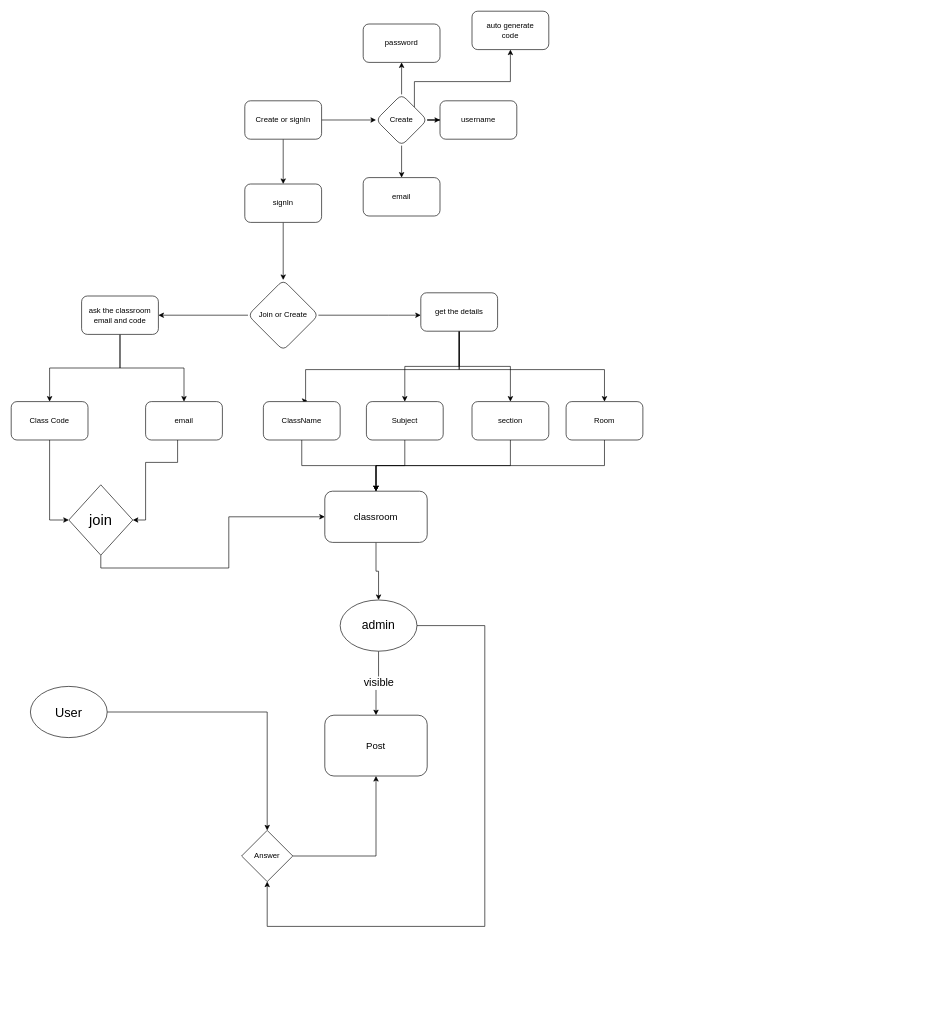
Earlier version of the draw.io diagram Untitled Diagram.drawio (Nazeemkky/story). Source tidied: cells renumbered, new cells numbered last; positions are measured from the earlier drawing's top-left corner, leaving out a move shared by most shapes. Both pictures are drawn from the tidied source at 64%, with x=0, y=0 at pixel (11, 11).
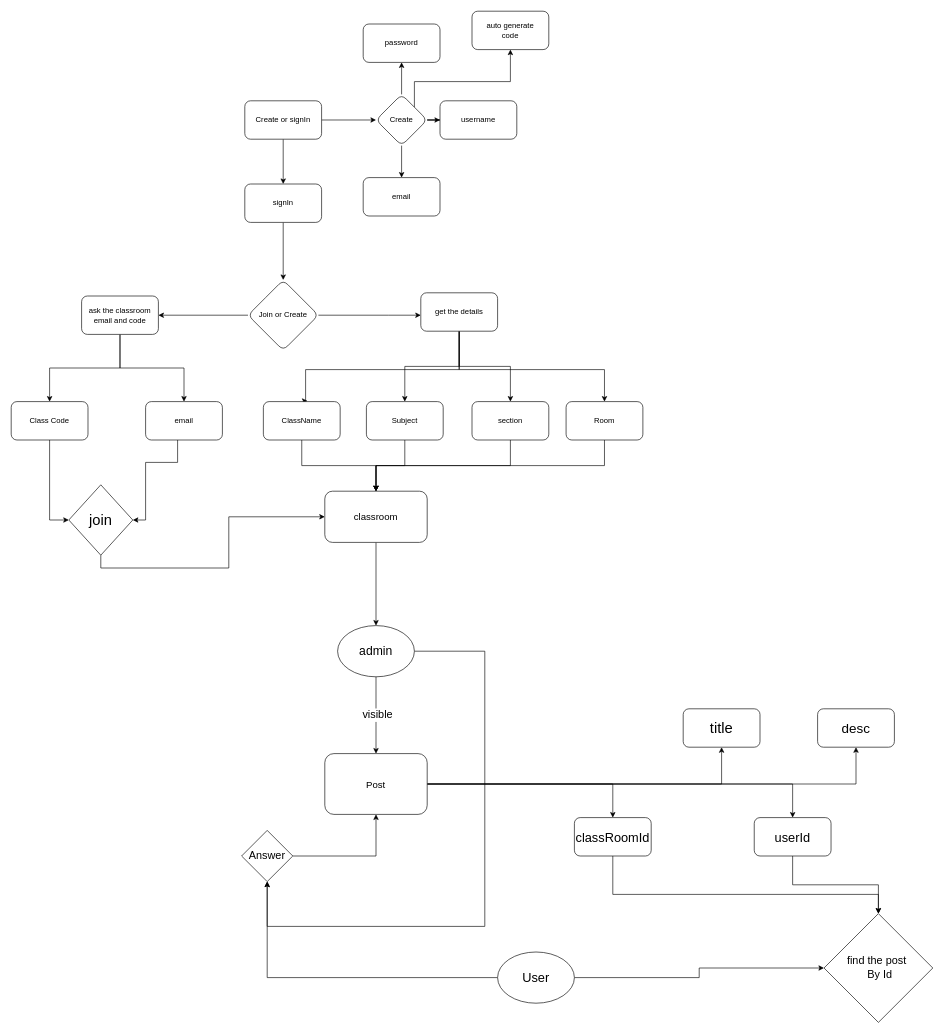
The same page after the edit.

What changed in the source:
```diff
@@
+    <mxCell id="51" style="edgeStyle=orthogonalEdgeStyle;rounded=0;jettySize=auto;html=1;" parent="1" edge="1" source="43" target="57">
+      <mxGeometry relative="1" as="geometry" />
+    </mxCell>
+    <mxCell id="52" style="edgeStyle=orthogonalEdgeStyle;rounded=0;jettySize=auto;html=1;" parent="1" edge="1" source="43" target="58">
+      <mxGeometry relative="1" as="geometry" />
+    </mxCell>
+    <mxCell id="53" style="edgeStyle=orthogonalEdgeStyle;rounded=0;jettySize=auto;html=1;" parent="1" edge="1" source="43" target="59">
+      <mxGeometry relative="1" as="geometry" />
+    </mxCell>
+    <mxCell id="54" style="edgeStyle=orthogonalEdgeStyle;rounded=0;jettySize=auto;html=1;" parent="1" edge="1" source="43" target="61">
+      <mxGeometry relative="1" as="geometry" />
+    </mxCell>
     <mxCell id="43" value="&lt;font style=&quot;font-size: 15px&quot;&gt;Post&lt;/font&gt;" style="rounded=1;whiteSpace=wrap;html=1;" parent="1" vertex="1">
-      <mxGeometry x="490" y="1100" width="160" height="95" as="geometry" />
+      <mxGeometry x="490" y="1160" width="160" height="95" as="geometry" />
     </mxCell>
@@
+    <mxCell id="55" style="edgeStyle=orthogonalEdgeStyle;rounded=0;jettySize=auto;html=1;" parent="1" edge="1" source="46" target="62">
+      <mxGeometry relative="1" as="geometry" />
+    </mxCell>
     <mxCell id="46" value="&lt;font style=&quot;font-size: 20px&quot;&gt;User&lt;/font&gt;" style="ellipse;whiteSpace=wrap;html=1;" parent="1" vertex="1">
-      <mxGeometry x="30" y="1055" width="120" height="80" as="geometry" />
+      <mxGeometry x="760" y="1470" width="120" height="80" as="geometry" />
     </mxCell>
     <mxCell id="47" style="edgeStyle=orthogonalEdgeStyle;rounded=0;jettySize=auto;html=1;" parent="1" edge="1" source="48" target="50">
       <mxGeometry relative="1" as="geometry">
         <Array as="points">
-          <mxPoint x="740" y="960" />
+          <mxPoint x="740" y="1000" />
           <mxPoint x="740" y="1430" />
           <mxPoint x="400" y="1430" />
         </Array>
       </mxGeometry>
     </mxCell>
     <mxCell id="48" value="&lt;font style=&quot;font-size: 19px&quot;&gt;admin&lt;/font&gt;" style="ellipse;whiteSpace=wrap;html=1;" parent="1" vertex="1">
-      <mxGeometry x="514" y="920" width="120" height="80" as="geometry" />
+      <mxGeometry x="510" y="960" width="120" height="80" as="geometry" />
     </mxCell>
@@
-    <mxCell id="50" value="Answer" style="rhombus;whiteSpace=wrap;html=1;" parent="1" vertex="1">
+    <mxCell id="50" value="&lt;font style=&quot;font-size: 17px&quot;&gt;Answer&lt;/font&gt;" style="rhombus;whiteSpace=wrap;html=1;" parent="1" vertex="1">
       <mxGeometry x="360" y="1280" width="80" height="80" as="geometry" />
     </mxCell>
+    <mxCell id="56" style="edgeStyle=orthogonalEdgeStyle;rounded=0;jettySize=auto;html=1;" parent="1" edge="1" source="57" target="62">
+      <mxGeometry relative="1" as="geometry">
+        <Array as="points">
+          <mxPoint x="940" y="1380" />
+          <mxPoint x="1355" y="1380" />
+        </Array>
+      </mxGeometry>
+    </mxCell>
+    <mxCell id="57" value="&lt;font style=&quot;font-size: 20px&quot;&gt;classRoomId&lt;/font&gt;" style="rounded=1;whiteSpace=wrap;html=1;" parent="1" vertex="1">
+      <mxGeometry x="880" y="1260" width="120" height="60" as="geometry" />
+    </mxCell>
+    <mxCell id="58" value="&lt;font style=&quot;font-size: 23px&quot;&gt;title&lt;/font&gt;" style="whiteSpace=wrap;html=1;rounded=1;" parent="1" vertex="1">
+      <mxGeometry x="1050" y="1090" width="120" height="60" as="geometry" />
+    </mxCell>
+    <mxCell id="59" value="&lt;font style=&quot;font-size: 21px&quot;&gt;desc&lt;/font&gt;" style="whiteSpace=wrap;html=1;rounded=1;" parent="1" vertex="1">
+      <mxGeometry x="1260" y="1090" width="120" height="60" as="geometry" />
+    </mxCell>
+    <mxCell id="60" style="edgeStyle=orthogonalEdgeStyle;rounded=0;jettySize=auto;html=1;" parent="1" edge="1" source="61" target="62">
+      <mxGeometry relative="1" as="geometry" />
+    </mxCell>
+    <mxCell id="61" value="&lt;font style=&quot;font-size: 20px&quot;&gt;userId&lt;/font&gt;" style="rounded=1;whiteSpace=wrap;html=1;" parent="1" vertex="1">
+      <mxGeometry x="1161" y="1260" width="120" height="60" as="geometry" />
+    </mxCell>
+    <mxCell id="62" value="&lt;font style=&quot;font-size: 17px&quot;&gt;find the post&amp;nbsp;&lt;br&gt;&amp;nbsp;By Id&lt;/font&gt;" style="rhombus;whiteSpace=wrap;html=1;" parent="1" vertex="1">
+      <mxGeometry x="1270" y="1410" width="170" height="170" as="geometry" />
+    </mxCell>
```
